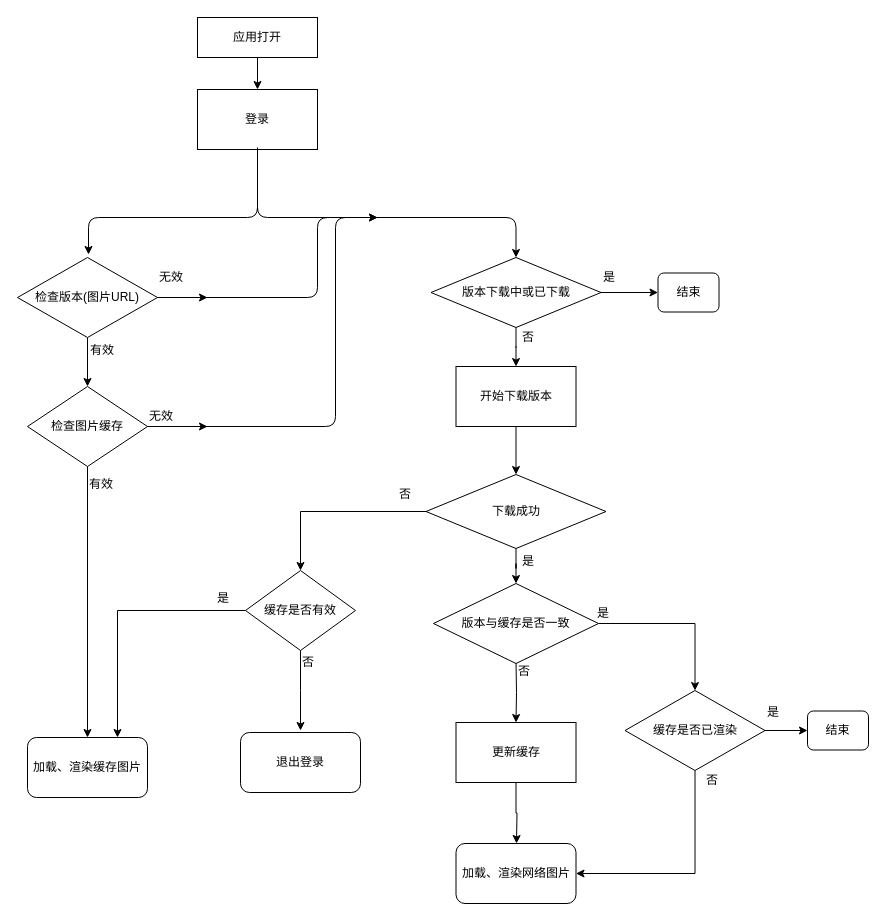
Earlier version of the draw.io diagram Untitled Diagram.drawio (666luyong/Diagram). Source tidied: cells renumbered, new cells numbered last; positions are measured from the earlier drawing's top-left corner, leaving out a move shared by most shapes. Both pictures are drawn from the tidied source at 100%, with x=0, y=0 at pixel (17, 17).
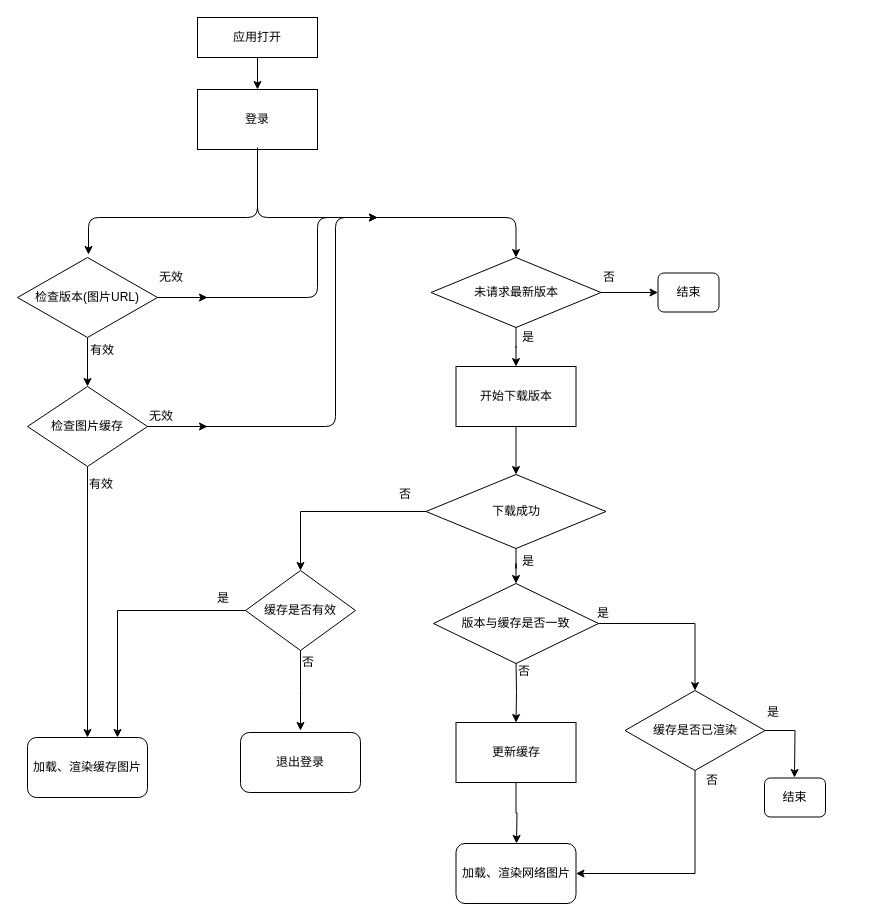
Above is the later version.

The change refers to these unchanged cells:
```xml
<mxCell id="23" value="缓存是否已渲染" style="rhombus;whiteSpace=wrap;html=1;" parent="1" vertex="1">
  <mxGeometry x="607.5" y="673" width="140" height="80" as="geometry" />
</mxCell>
```

Diff of the diagram source:
```diff
@@
-    <mxCell id="22" style="edgeStyle=orthogonalEdgeStyle;rounded=0;jettySize=auto;html=1;entryX=0;entryY=0.5;entryDx=0;entryDy=0;" parent="1" edge="1" source="23" target="38">
-      <mxGeometry relative="1" as="geometry" />
-    </mxCell>
+    <mxCell id="54" style="edgeStyle=orthogonalEdgeStyle;rounded=0;jettySize=auto;html=1;" parent="1" edge="1" source="23">
+      <mxGeometry relative="1" as="geometry">
+        <mxPoint x="777" y="760" as="targetPoint" />
+      </mxGeometry>
+    </mxCell>
@@
-    <mxCell id="33" value="版本下载中或已下载" style="rhombus;whiteSpace=wrap;html=1;" parent="1" vertex="1">
+    <mxCell id="33" value="未请求最新版本" style="rhombus;whiteSpace=wrap;html=1;" parent="1" vertex="1">
       <mxGeometry x="413.5" y="240" width="170" height="70" as="geometry" />
     </mxCell>
@@
-    <mxCell id="36" value="否" style="text;html=1;align=left;verticalAlign=top;spacingTop=-4;" parent="1" vertex="1">
+    <mxCell id="36" value="是" style="text;html=1;align=left;verticalAlign=top;spacingTop=-4;" parent="1" vertex="1">
       <mxGeometry x="503" y="310" width="30" height="20" as="geometry" />
     </mxCell>
-    <mxCell id="37" value="是" style="text;html=1;align=left;verticalAlign=top;spacingTop=-4;" parent="1" vertex="1">
+    <mxCell id="37" value="否" style="text;html=1;align=left;verticalAlign=top;spacingTop=-4;" parent="1" vertex="1">
       <mxGeometry x="584" y="250" width="30" height="20" as="geometry" />
     </mxCell>
     <mxCell id="38" value="结束" style="rounded=1;whiteSpace=wrap;html=1;" parent="1" vertex="1">
-      <mxGeometry x="790" y="693.5" width="61" height="39" as="geometry" />
+      <mxGeometry x="747" y="760.5" width="61" height="39" as="geometry" />
     </mxCell>
```
